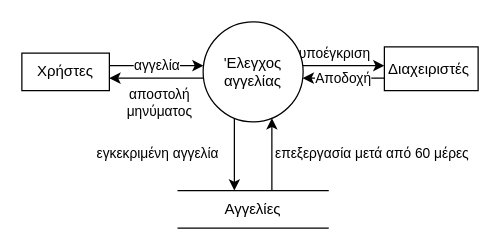
dimvourd/learningProjects_in_Java keeps this draw.io diagram as Untitled Diagram.drawio. Above is the earlier version. Source tidied: cells renumbered, new cells numbered last; positions are measured from the earlier drawing's top-left corner, leaving out a move shared by most shapes. Both pictures are drawn from the tidied source at 125%, with x=0, y=0 at pixel (21, 21).
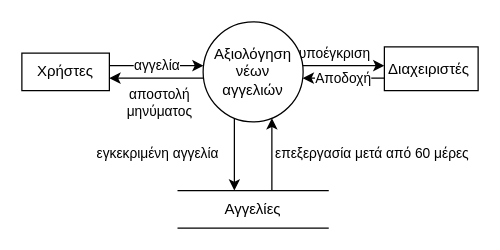
The same diagram, later.

Commit message:
Υποβολή Αγγελίας

Change to the diagram source:
```diff
@@
-    <mxCell id="7" value="'Ελεγχος αγγελίας" style="ellipse;whiteSpace=wrap;html=1;rounded=0;" parent="1" vertex="1">
+    <mxCell id="7" value="Αξιολόγηση νέων αγγελιών" style="ellipse;whiteSpace=wrap;html=1;rounded=0;" parent="1" vertex="1">
       <mxGeometry x="145" width="80" height="80" as="geometry" />
     </mxCell>
```
